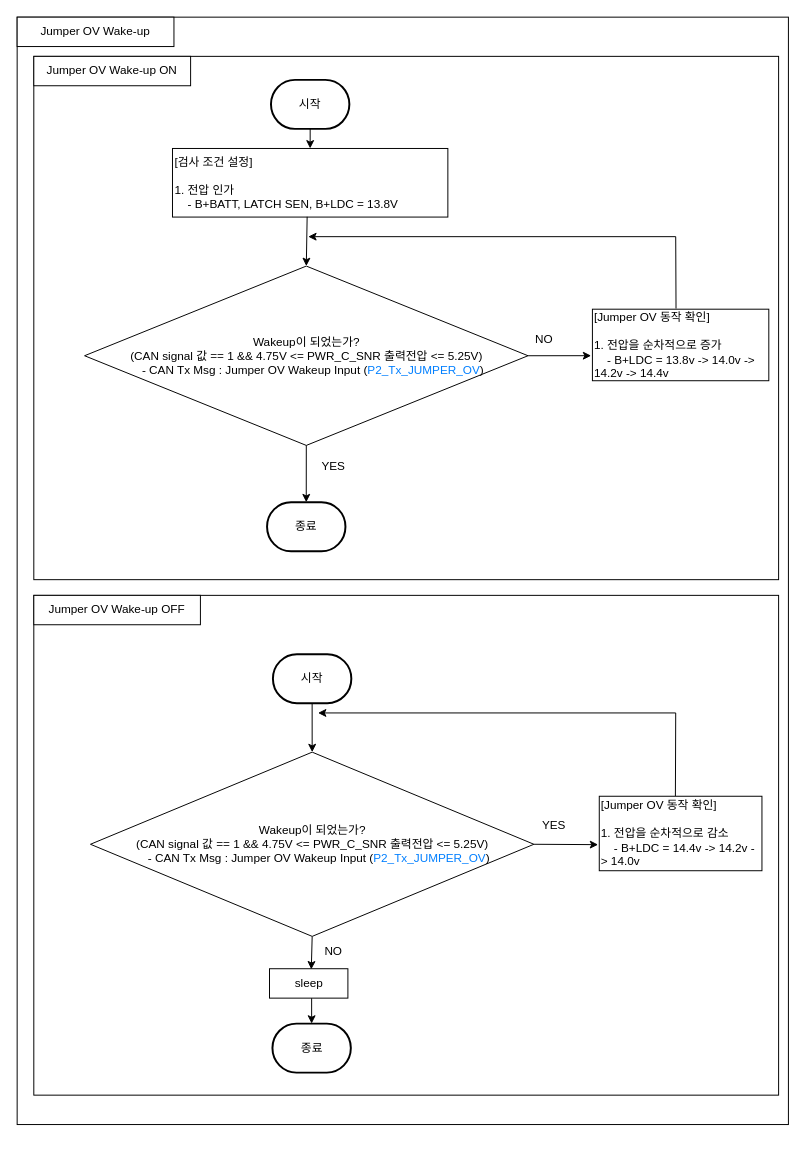
Earlier version of the draw.io diagram jump ov wakeup.drawio (chaeyoonl/state-transition-diagram-test). Source tidied: cells renumbered, new cells numbered last; positions are measured from the earlier drawing's top-left corner, leaving out a move shared by most shapes. Both pictures are drawn from the tidied source at 98%, with x=0, y=0 at pixel (17, 17).
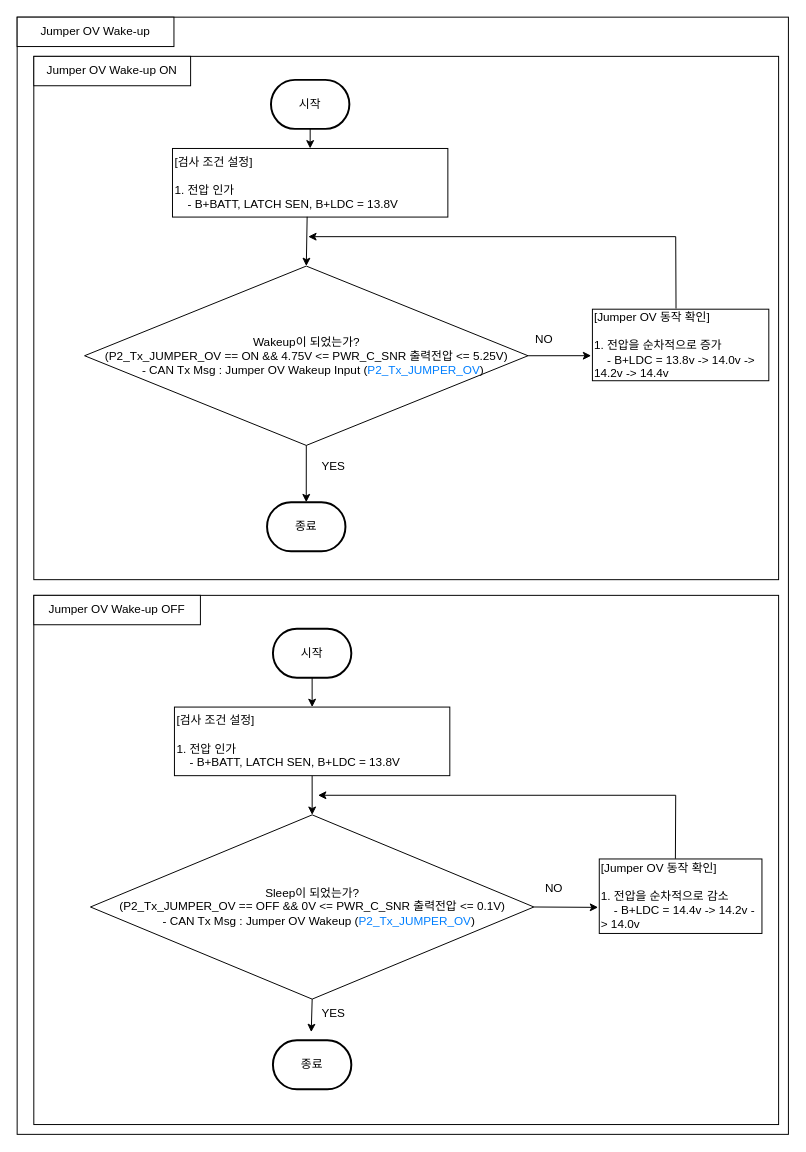
Above is the later version.

Diff of the diagram source:
```diff
@@
     <mxCell id="2" style="rounded=0;whiteSpace=wrap;html=1;" parent="1" vertex="1">
-      <mxGeometry width="787" height="1130" as="geometry" />
+      <mxGeometry width="787" height="1140" as="geometry" />
     </mxCell>
@@
-    <mxCell id="8" value="Wakeup이 되었는가?&lt;br&gt;(CAN signal 값 == 1 &amp;amp;&amp;amp; 4.75V &amp;lt;= PWR_C_SNR 출력전압 &amp;lt;= 5.25V)&lt;br&gt;&amp;nbsp; &amp;nbsp; - CAN Tx Msg :&amp;nbsp;Jumper OV Wakeup&amp;nbsp;Input&amp;nbsp;(&lt;font style=&quot;border-color: var(--border-color); text-align: left;&quot; color=&quot;#007fff&quot;&gt;P2_Tx_JUMPER_OV&lt;/font&gt;&lt;span style=&quot;text-align: left;&quot;&gt;)&lt;/span&gt;" style="rhombus;whiteSpace=wrap;html=1;" parent="1" vertex="1">
+    <mxCell id="8" value="Wakeup이 되었는가?&lt;br&gt;(P2_Tx_JUMPER_OV&amp;nbsp;== ON &amp;amp;&amp;amp; 4.75V &amp;lt;= PWR_C_SNR 출력전압 &amp;lt;= 5.25V)&lt;br&gt;&amp;nbsp; &amp;nbsp; - CAN Tx Msg :&amp;nbsp;Jumper OV Wakeup&amp;nbsp;Input&amp;nbsp;(&lt;font style=&quot;border-color: var(--border-color); text-align: left;&quot; color=&quot;#007fff&quot;&gt;P2_Tx_JUMPER_OV&lt;/font&gt;&lt;span style=&quot;text-align: left;&quot;&gt;)&lt;/span&gt;" style="rhombus;whiteSpace=wrap;html=1;" parent="1" vertex="1">
       <mxGeometry x="68.8" y="254" width="452.5" height="183" as="geometry" />
     </mxCell>
@@
     <mxCell id="17" style="rounded=0;whiteSpace=wrap;html=1;" parent="1" vertex="1">
-      <mxGeometry x="17" y="590" width="760" height="510" as="geometry" />
+      <mxGeometry x="17" y="590" width="760" height="540" as="geometry" />
     </mxCell>
@@
-    <mxCell id="19" style="endArrow=classic;html=1;rounded=0;exitX=0.5;exitY=1;exitDx=0;exitDy=0;entryX=0.5;entryY=0;entryDx=0;entryDy=0;exitPerimeter=0;" parent="1" edge="1" source="30" target="31">
+    <mxCell id="19" style="endArrow=classic;html=1;rounded=0;exitX=0.5;exitY=1;exitDx=0;exitDy=0;entryX=0.5;entryY=0;entryDx=0;entryDy=0;exitPerimeter=0;" parent="1" edge="1" source="33" target="31">
       <mxGeometry relative="1" as="geometry" />
     </mxCell>
     <mxCell id="20" value="종료" style="strokeWidth=2;html=1;shape=mxgraph.flowchart.terminator;whiteSpace=wrap;" parent="1" vertex="1">
-      <mxGeometry x="260.5" y="1027" width="80" height="50" as="geometry" />
+      <mxGeometry x="261" y="1044" width="80" height="50" as="geometry" />
     </mxCell>
-    <mxCell id="21" style="endArrow=classic;html=1;rounded=0;exitX=0.5;exitY=1;exitDx=0;exitDy=0;entryX=0.5;entryY=0;entryDx=0;entryDy=0;entryPerimeter=0;" parent="1" edge="1" target="20">
-      <mxGeometry relative="1" as="geometry">
-        <mxPoint x="300.5" y="1001" as="sourcePoint" />
-      </mxGeometry>
-    </mxCell>
     <mxCell id="22" value="[Jumper OV 동작 확인]&lt;br&gt;&lt;br&gt;1. 전압을 순차적으로 감소&lt;br style=&quot;border-color: var(--border-color);&quot;&gt;&amp;nbsp; &amp;nbsp; - B+LDC = 14.4v -&amp;gt; 14.2v -&amp;gt; 14.0v" style="rounded=0;whiteSpace=wrap;html=1;align=left;" parent="1" vertex="1">
-      <mxGeometry x="594" y="795" width="166" height="76" as="geometry" />
+      <mxGeometry x="594" y="859" width="166" height="76" as="geometry" />
     </mxCell>
@@
-    <mxCell id="24" value="sleep" style="rounded=0;whiteSpace=wrap;html=1;align=center;" parent="1" vertex="1">
-      <mxGeometry x="257.5" y="971" width="80" height="30" as="geometry" />
-    </mxCell>
-    <mxCell id="25" style="endArrow=classic;html=1;rounded=0;exitX=0.5;exitY=1;exitDx=0;exitDy=0;entryX=0.533;entryY=0.022;entryDx=0;entryDy=0;entryPerimeter=0;" parent="1" edge="1" source="31" target="24">
-      <mxGeometry relative="1" as="geometry" />
+    <mxCell id="25" style="endArrow=classic;html=1;rounded=0;exitX=0.5;exitY=1;exitDx=0;exitDy=0;entryX=0.533;entryY=0.022;entryDx=0;entryDy=0;entryPerimeter=0;" parent="1" edge="1" source="31">
+      <mxGeometry relative="1" as="geometry">
+        <mxPoint x="300.1" y="1035.7" as="targetPoint" />
+      </mxGeometry>
     </mxCell>
-    <mxCell id="26" value="YES" style="text;html=1;strokeColor=none;fillColor=none;align=center;verticalAlign=middle;whiteSpace=wrap;rounded=0;" parent="1" vertex="1">
-      <mxGeometry x="518" y="810" width="60" height="30" as="geometry" />
+    <mxCell id="26" value="NO" style="text;html=1;strokeColor=none;fillColor=none;align=center;verticalAlign=middle;whiteSpace=wrap;rounded=0;" parent="1" vertex="1">
+      <mxGeometry x="518" y="874" width="60" height="30" as="geometry" />
     </mxCell>
-    <mxCell id="27" value="NO" style="text;html=1;strokeColor=none;fillColor=none;align=center;verticalAlign=middle;whiteSpace=wrap;rounded=0;" parent="1" vertex="1">
-      <mxGeometry x="292.5" y="938" width="60" height="30" as="geometry" />
+    <mxCell id="27" value="YES" style="text;html=1;strokeColor=none;fillColor=none;align=center;verticalAlign=middle;whiteSpace=wrap;rounded=0;" parent="1" vertex="1">
+      <mxGeometry x="292.5" y="1002" width="60" height="30" as="geometry" />
     </mxCell>
     <mxCell id="28" style="endArrow=classic;html=1;rounded=0;exitX=0.468;exitY=-0.003;exitDx=0;exitDy=0;exitPerimeter=0;" parent="1" edge="1" source="22">
       <mxGeometry relative="1" as="geometry">
-        <mxPoint x="307" y="710" as="targetPoint" />
+        <mxPoint x="307" y="794" as="targetPoint" />
         <Array as="points">
-          <mxPoint x="672" y="710" />
+          <mxPoint x="672" y="794" />
         </Array>
       </mxGeometry>
     </mxCell>
@@
     <mxCell id="30" value="시작" style="strokeWidth=2;html=1;shape=mxgraph.flowchart.terminator;whiteSpace=wrap;" parent="1" vertex="1">
-      <mxGeometry x="261" y="650" width="80" height="50" as="geometry" />
+      <mxGeometry x="261" y="624" width="80" height="50" as="geometry" />
     </mxCell>
-    <mxCell id="31" value="Wakeup이 되었는가?&lt;br&gt;(CAN signal 값 == 1 &amp;amp;&amp;amp; 4.75V &amp;lt;= PWR_C_SNR 출력전압 &amp;lt;= 5.25V)&lt;br&gt;&amp;nbsp; &amp;nbsp; - CAN Tx Msg :&amp;nbsp;Jumper OV Wakeup&amp;nbsp;Input&amp;nbsp;(&lt;font style=&quot;border-color: var(--border-color); text-align: left;&quot; color=&quot;#007fff&quot;&gt;P2_Tx_JUMPER_OV&lt;/font&gt;&lt;span style=&quot;text-align: left;&quot;&gt;)&lt;/span&gt;" style="rhombus;whiteSpace=wrap;html=1;" parent="1" vertex="1">
-      <mxGeometry x="74.8" y="750" width="452.5" height="188" as="geometry" />
+    <mxCell id="31" value="Sleep이 되었는가?&lt;br&gt;(P2_Tx_JUMPER_OV&amp;nbsp;== OFF &amp;amp;&amp;amp; 0V &amp;lt;= PWR_C_SNR 출력전압 &amp;lt;= 0.1V)&lt;br&gt;&amp;nbsp; &amp;nbsp; - CAN Tx Msg :&amp;nbsp;Jumper OV Wakeup (&lt;font style=&quot;border-color: var(--border-color); text-align: left;&quot; color=&quot;#007fff&quot;&gt;P2_Tx_JUMPER_OV&lt;/font&gt;&lt;span style=&quot;text-align: left;&quot;&gt;)&lt;/span&gt;" style="rhombus;whiteSpace=wrap;html=1;" parent="1" vertex="1">
+      <mxGeometry x="74.8" y="814" width="452.5" height="188" as="geometry" />
     </mxCell>
+    <mxCell id="32" style="endArrow=classic;html=1;rounded=0;exitX=0.5;exitY=1;exitDx=0;exitDy=0;entryX=0.5;entryY=0;entryDx=0;entryDy=0;exitPerimeter=0;" parent="1" edge="1" source="30" target="33">
+      <mxGeometry relative="1" as="geometry" />
+    </mxCell>
+    <mxCell id="33" value="[검사 조건 설정]&lt;br&gt;&lt;br&gt;1. 전압 인가&lt;br&gt;&amp;nbsp; &amp;nbsp; - B+BATT, LATCH SEN, B+LDC = 13.8V" style="rounded=0;whiteSpace=wrap;html=1;align=left;" parent="1" vertex="1">
+      <mxGeometry x="160.5" y="704" width="281" height="70" as="geometry" />
+    </mxCell>
```
